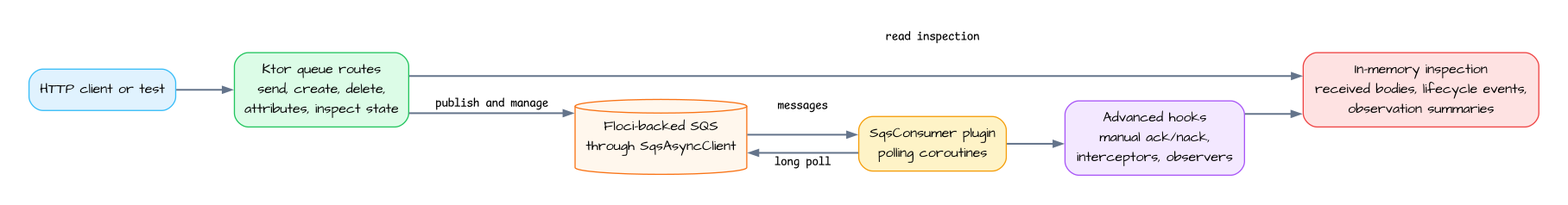
This is docs/images/readme-diagrams/examples-aws-ktor-sqs-examples-architecture-01.png from bluetape4k/bluetape4k-aws, a Graphviz export, as it was before one commit. Its source is kept beside it as docs/images/readme-diagrams/examples-aws-ktor-sqs-examples-architecture-01.dot.
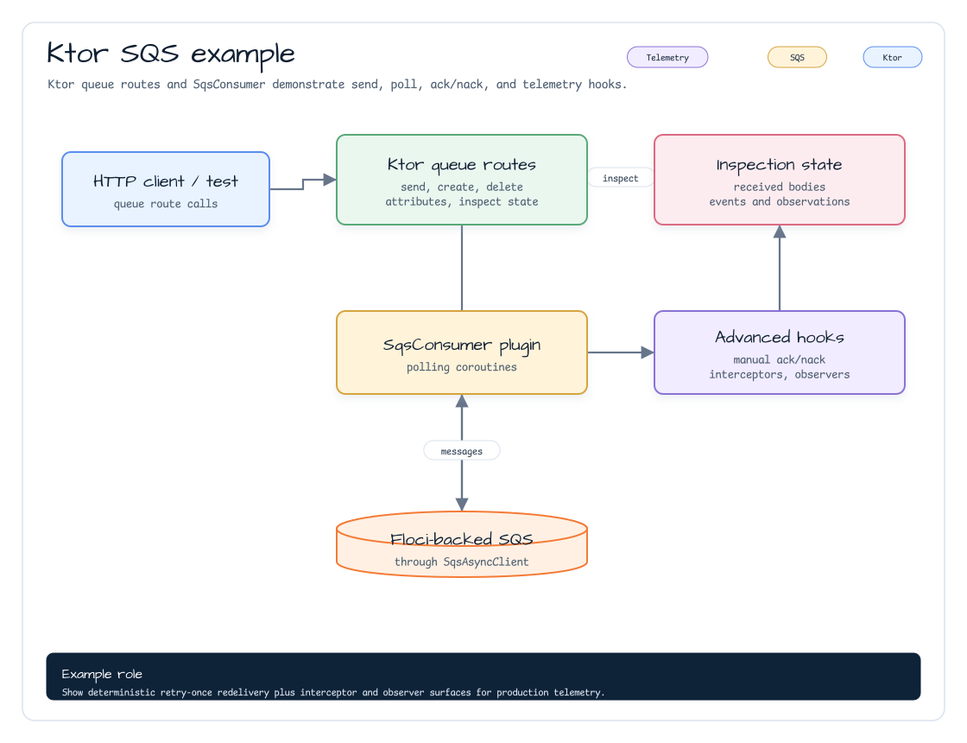
After the commit.

What changed in the source:
```diff
@@ -1,20 +1,17 @@
-digraph KtorSqsExamplesArchitecture {
-  graph [rankdir=LR, bgcolor="#ffffff", pad=0.35, nodesep=0.45, ranksep=0.70, splines=ortho]
+digraph examples_aws_ktor_sqs_examples_architecture_01 {
+  graph [rankdir=TB, bgcolor="#ffffff", pad=0.35, nodesep=0.48, ranksep=0.70, splines=ortho]
   node [shape=box, style="rounded,filled", fontname="Architects Daughter", fontsize=12, margin="0.14,0.09", color="#94a3b8", fillcolor="#f8fafc"]
   edge [fontname="Comic Mono", fontsize=10, color="#64748b", penwidth=1.5, arrowsize=0.75]
-
-  client [label="HTTP client or test", fillcolor="#e0f2fe", color="#38bdf8"]
-  routes [label="Ktor queue routes\nsend, create, delete,\nattributes, inspect state", fillcolor="#dcfce7", color="#22c55e"]
-  plugin [label="SqsConsumer plugin\npolling coroutines", fillcolor="#fef3c7", color="#f59e0b"]
-  hooks [label="Advanced hooks\nmanual ack/nack,\ninterceptors, observers", fillcolor="#f3e8ff", color="#a855f7"]
-  store [label="In-memory inspection\nreceived bodies, lifecycle events,\nobservation summaries", fillcolor="#fee2e2", color="#ef4444"]
-  sqs [label="Floci-backed SQS\nthrough SqsAsyncClient", shape=cylinder, fillcolor="#fff7ed", color="#f97316"]
-
+  client [label="HTTP client / test\nqueue route calls", fillcolor="#E8F3FF", color="#5B8DEF"]
+  routes [label="Ktor queue routes\nsend, create, delete\nattributes, inspect state", fillcolor="#EAF7EF", color="#58A978"]
+  plugin [label="SqsConsumer plugin\npolling coroutines", fillcolor="#FFF3D9", color="#D6A441"]
+  hooks [label="Advanced hooks\nmanual ack/nack\ninterceptors, observers", fillcolor="#F1ECFF", color="#8A72D6"]
+  store [label="Inspection state\nreceived bodies\nevents and observations", fillcolor="#FDECEF", color="#DC6B82"]
+  sqs [label="Floci-backed SQS\nthrough SqsAsyncClient", fillcolor="#FFF0E3", color="#F47B36", shape=cylinder]
   client -> routes
-  routes -> sqs [label="publish and manage"]
-  plugin -> sqs [label="long poll"]
+  routes -> sqs [label="publish"]
   sqs -> plugin [label="messages"]
   plugin -> hooks
   hooks -> store
-  routes -> store [label="read inspection"]
+  routes -> store [label="inspect"]
 }
```
